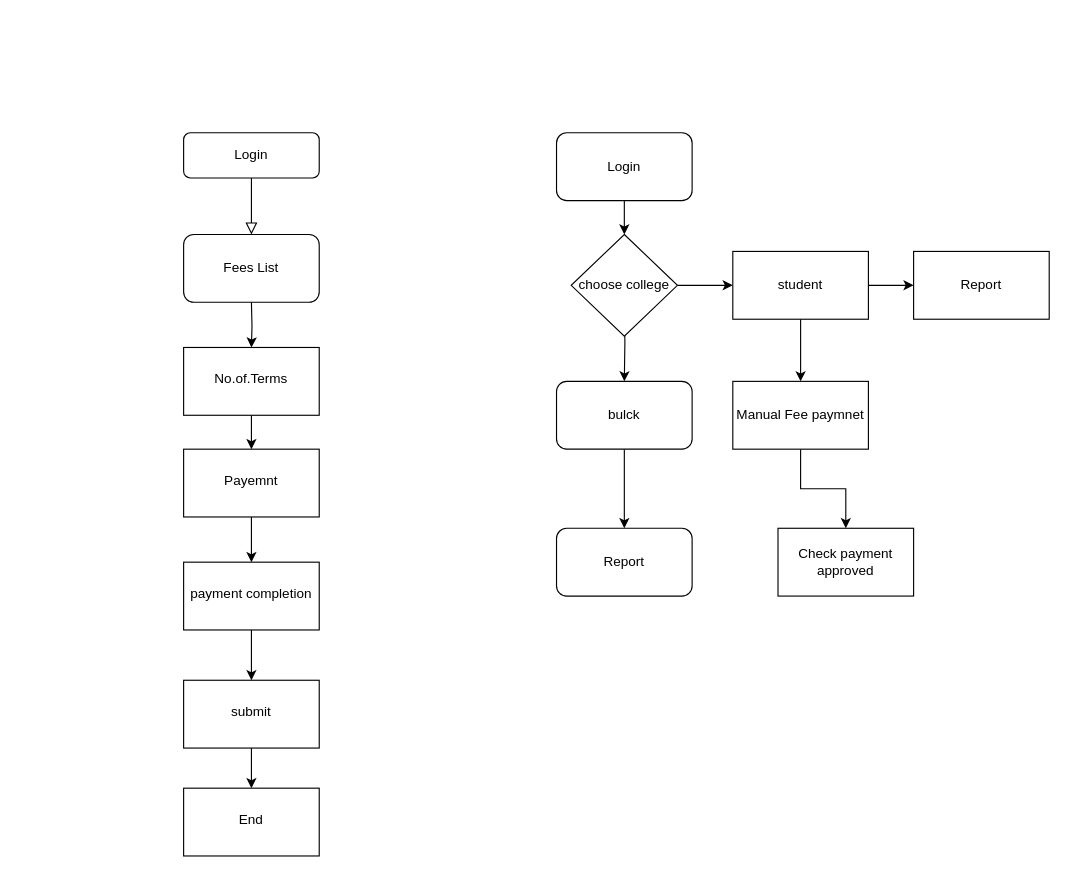
Above: Untitled Diagram.drawio in Vinothkumar0311/flow_diagram (draw.io), before the change. Source tidied: cells renumbered, new cells numbered last; positions are measured from the earlier drawing's top-left corner, leaving out a move shared by most shapes. Both pictures are drawn from the tidied source at 113%, with x=0, y=0 at pixel (183, 132).
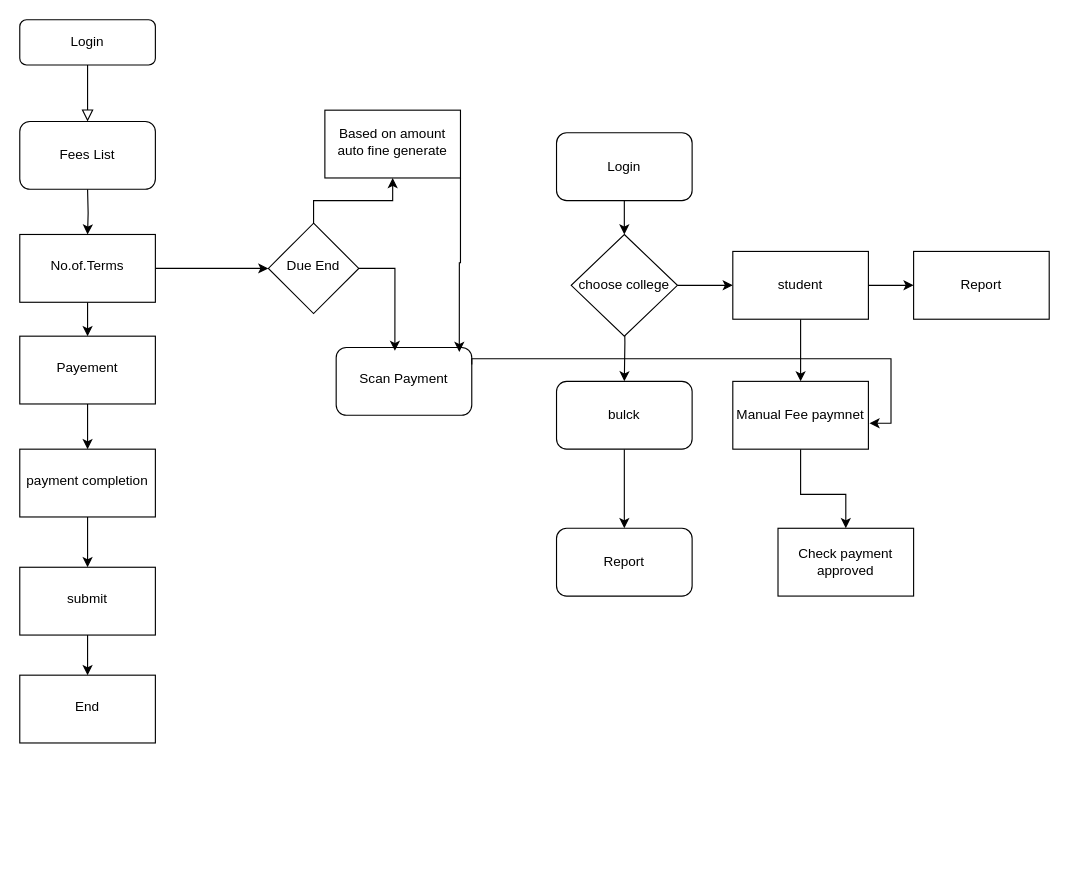
The same diagram, later.

Unchanged cells that the change refers to:
```xml
<mxCell id="28" value="Manual Fee paymnet" style="whiteSpace=wrap;html=1;" parent="1" vertex="1">
  <mxGeometry x="486" y="220" width="120" height="60" as="geometry" />
</mxCell>
<mxCell id="29" value="Check payment approved" style="whiteSpace=wrap;html=1;" parent="1" vertex="1">
  <mxGeometry x="526" y="350" width="120" height="60" as="geometry" />
</mxCell>
```

Diff of the diagram source:
```diff
@@
     <mxCell id="2" style="rounded=0;html=1;jettySize=auto;fontSize=11;endArrow=block;endFill=0;endSize=8;strokeWidth=1;shadow=0;labelBackgroundColor=none;edgeStyle=orthogonalEdgeStyle;" parent="1" edge="1" source="3">
       <mxGeometry relative="1" as="geometry">
-        <mxPoint x="60" y="90" as="targetPoint" />
+        <mxPoint x="-85" y="-10" as="targetPoint" />
       </mxGeometry>
     </mxCell>
     <mxCell id="3" value="Login" style="rounded=1;whiteSpace=wrap;html=1;fontSize=12;glass=0;strokeWidth=1;shadow=0;" parent="1" vertex="1">
-      <mxGeometry width="120" height="40" as="geometry" />
+      <mxGeometry x="-145" y="-100" width="120" height="40" as="geometry" />
     </mxCell>
     <mxCell id="4" style="edgeStyle=orthogonalEdgeStyle;rounded=0;jettySize=auto;html=1;" parent="1" edge="1" target="6">
       <mxGeometry relative="1" as="geometry">
-        <mxPoint x="60" y="150" as="sourcePoint" />
+        <mxPoint x="-85" y="50" as="sourcePoint" />
       </mxGeometry>
     </mxCell>
@@
+    <mxCell id="30" style="edgeStyle=orthogonalEdgeStyle;rounded=0;jettySize=auto;html=1;" parent="1" edge="1" source="6" target="32">
+      <mxGeometry relative="1" as="geometry" />
+    </mxCell>
     <mxCell id="6" value="No.of.Terms" style="whiteSpace=wrap;html=1;shadow=0;strokeWidth=1;spacing=6;spacingTop=-4;" parent="1" vertex="1">
-      <mxGeometry y="190" width="120" height="60" as="geometry" />
+      <mxGeometry x="-145" y="90" width="120" height="60" as="geometry" />
     </mxCell>
@@
-    <mxCell id="8" value="Payemnt" style="whiteSpace=wrap;html=1;shadow=0;strokeWidth=1;spacing=6;spacingTop=-4;" parent="1" vertex="1">
-      <mxGeometry y="280" width="120" height="60" as="geometry" />
+    <mxCell id="8" value="Payement" style="whiteSpace=wrap;html=1;shadow=0;strokeWidth=1;spacing=6;spacingTop=-4;" parent="1" vertex="1">
+      <mxGeometry x="-145" y="180" width="120" height="60" as="geometry" />
     </mxCell>
@@
     <mxCell id="10" value="payment completion" style="whiteSpace=wrap;html=1;shadow=0;strokeWidth=1;spacing=6;spacingTop=-4;" parent="1" vertex="1">
-      <mxGeometry y="380" width="120" height="60" as="geometry" />
+      <mxGeometry x="-145" y="280" width="120" height="60" as="geometry" />
     </mxCell>
@@
     <mxCell id="12" value="submit" style="whiteSpace=wrap;html=1;shadow=0;strokeWidth=1;spacing=6;spacingTop=-4;" parent="1" vertex="1">
-      <mxGeometry y="484.5" width="120" height="60" as="geometry" />
+      <mxGeometry x="-145" y="384.5" width="120" height="60" as="geometry" />
     </mxCell>
     <mxCell id="13" value="End" style="whiteSpace=wrap;html=1;shadow=0;strokeWidth=1;spacing=6;spacingTop=-4;" parent="1" vertex="1">
-      <mxGeometry y="580" width="120" height="60" as="geometry" />
+      <mxGeometry x="-145" y="480" width="120" height="60" as="geometry" />
     </mxCell>
     <mxCell id="14" value="Fees List" style="rounded=1;whiteSpace=wrap;html=1;" parent="1" vertex="1">
-      <mxGeometry y="90" width="120" height="60" as="geometry" />
+      <mxGeometry x="-145" y="-10" width="120" height="60" as="geometry" />
     </mxCell>
@@
     <mxCell id="27" style="edgeStyle=orthogonalEdgeStyle;rounded=0;jettySize=auto;html=1;" parent="1" edge="1" source="28" target="29">
-      <mxGeometry relative="1" as="geometry" />
+      <mxGeometry relative="1" as="geometry">
+        <Array as="points">
+          <mxPoint x="546" y="320" />
+          <mxPoint x="586" y="320" />
+        </Array>
+      </mxGeometry>
     </mxCell>
@@
+    <mxCell id="31" style="edgeStyle=orthogonalEdgeStyle;rounded=0;jettySize=auto;html=1;" parent="1" edge="1" source="32" target="34">
+      <mxGeometry relative="1" as="geometry" />
+    </mxCell>
+    <mxCell id="32" value="Due End" style="rhombus;whiteSpace=wrap;html=1;shadow=0;strokeWidth=1;spacing=6;spacingTop=-4;" parent="1" vertex="1">
+      <mxGeometry x="75" y="80" width="80" height="80" as="geometry" />
+    </mxCell>
+    <mxCell id="33" value="Scan Payment" style="rounded=1;whiteSpace=wrap;html=1;shadow=0;strokeWidth=1;spacing=6;spacingTop=-4;" parent="1" vertex="1">
+      <mxGeometry x="135" y="190" width="120" height="60" as="geometry" />
+    </mxCell>
+    <mxCell id="34" value="Based on amount auto fine generate" style="whiteSpace=wrap;html=1;shadow=0;strokeWidth=1;spacing=6;spacingTop=-4;" parent="1" vertex="1">
+      <mxGeometry x="125" y="-20" width="120" height="60" as="geometry" />
+    </mxCell>
+    <mxCell id="35" style="edgeStyle=orthogonalEdgeStyle;rounded=0;jettySize=auto;html=1;exitX=1;exitY=0.25;exitDx=0;exitDy=0;entryX=1.008;entryY=0.617;entryDx=0;entryDy=0;entryPerimeter=0;" parent="1" edge="1" source="33" target="28">
+      <mxGeometry relative="1" as="geometry">
+        <Array as="points">
+          <mxPoint x="255" y="200" />
+          <mxPoint x="626" y="200" />
+          <mxPoint x="626" y="257" />
+        </Array>
+      </mxGeometry>
+    </mxCell>
+    <mxCell id="36" style="edgeStyle=orthogonalEdgeStyle;rounded=0;jettySize=auto;html=1;exitX=1;exitY=0.5;exitDx=0;exitDy=0;entryX=0.433;entryY=0.05;entryDx=0;entryDy=0;entryPerimeter=0;" parent="1" edge="1" source="32" target="33">
+      <mxGeometry relative="1" as="geometry" />
+    </mxCell>
+    <mxCell id="37" style="edgeStyle=orthogonalEdgeStyle;rounded=0;jettySize=auto;html=1;exitX=1;exitY=1;exitDx=0;exitDy=0;entryX=0.908;entryY=0.067;entryDx=0;entryDy=0;entryPerimeter=0;" parent="1" edge="1" source="34" target="33">
+      <mxGeometry relative="1" as="geometry" />
+    </mxCell>
```
